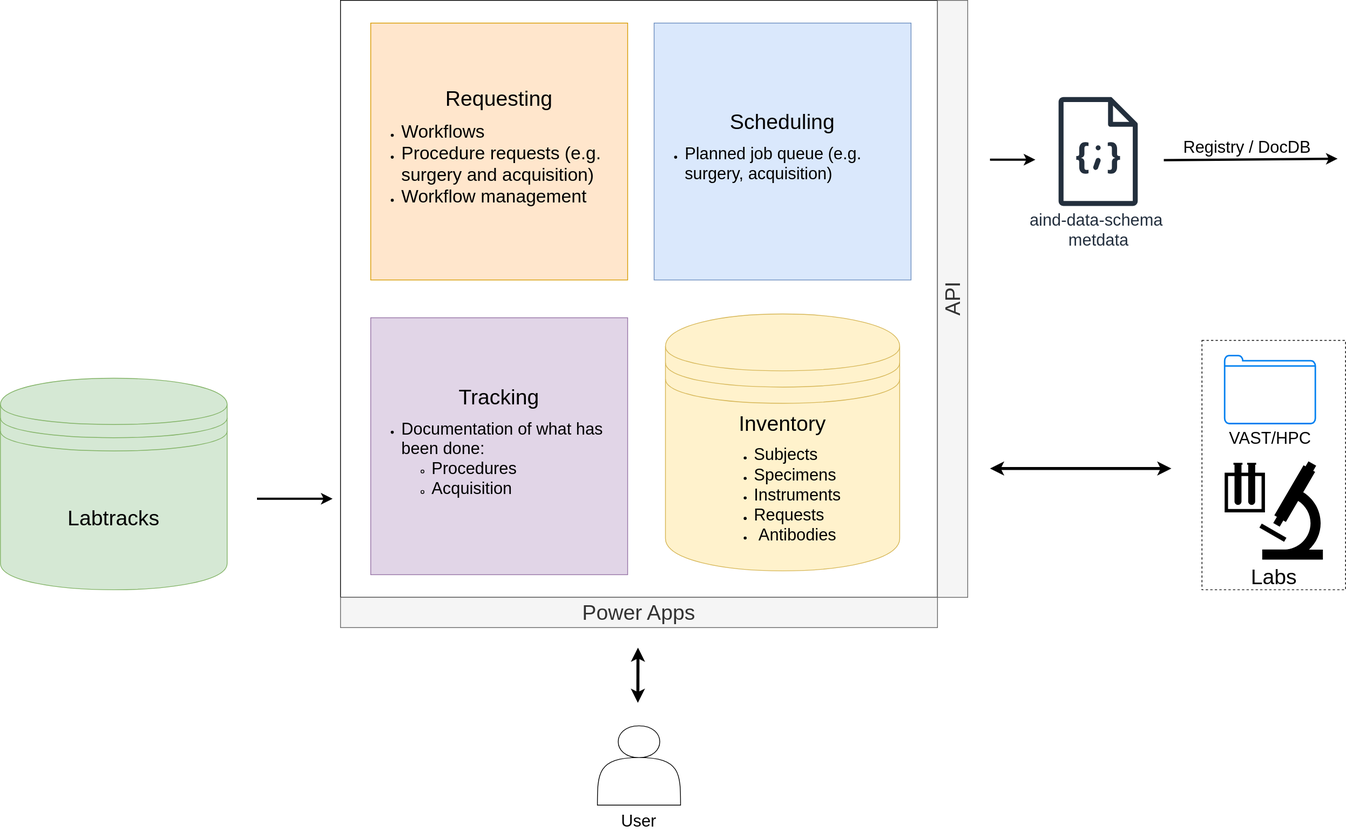
This is docs/source/diagrams/mid_level/lab_management.svg from AllenNeuralDynamics/aind-software-docs, a draw.io export, as it was before one commit. Source tidied: cells renumbered, new cells last; positions are measured from the earlier drawing's top-left corner, leaving out a move shared by most shapes.
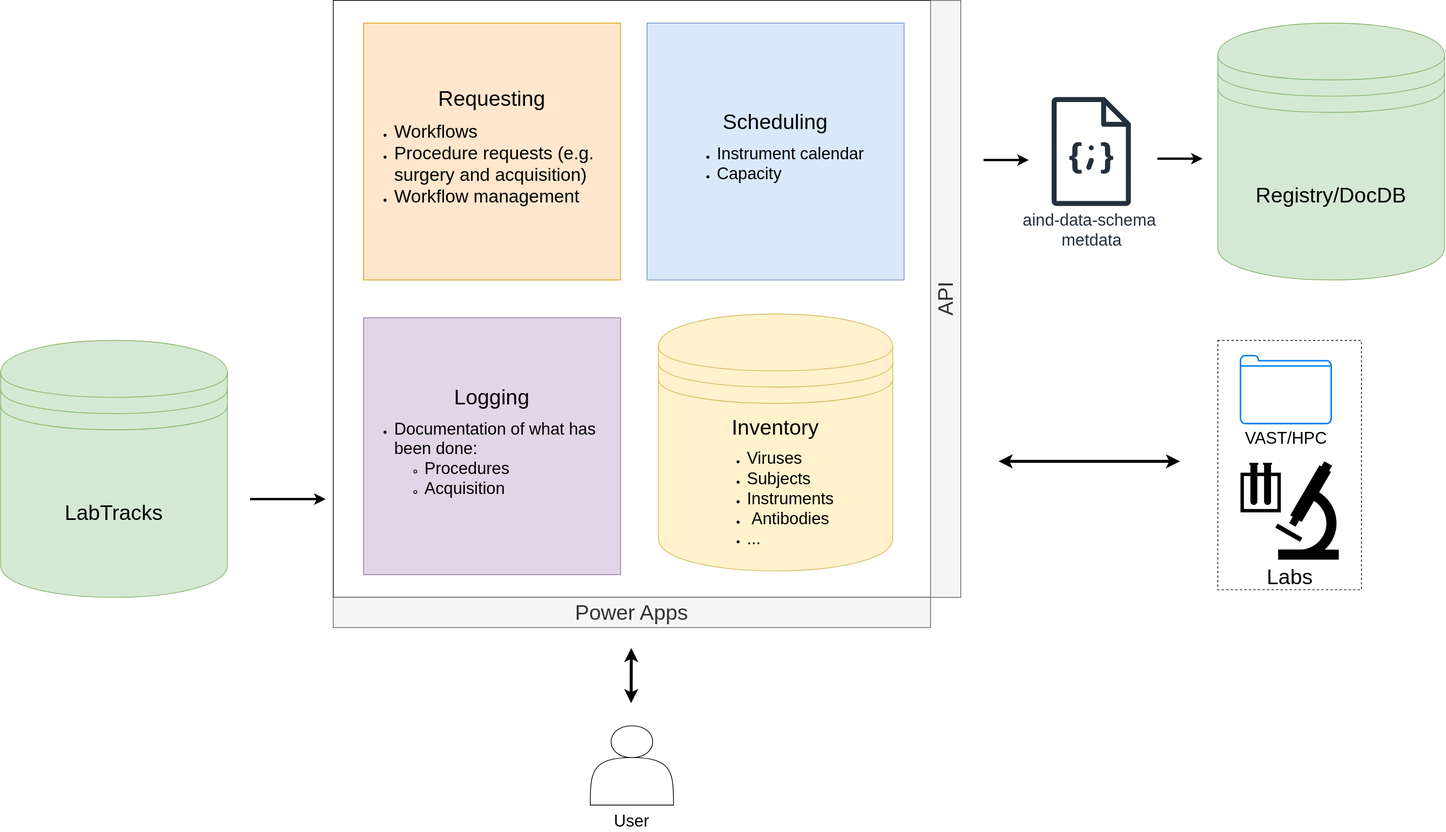
The same file after the commit.

Commit message:
chore: updates based on reviewer feedback

The edit, as a diff of the source:
```diff
@@ -5,13 +5,13 @@
     <mxCell id="2" style="whiteSpace=wrap;html=1;" parent="1" vertex="1">
       <mxGeometry x="450" width="790" height="790" as="geometry" />
     </mxCell>
-    <mxCell id="3" value="&lt;font style=&quot;font-size: 28px;&quot;&gt;Scheduling&lt;/font&gt;&lt;div&gt;&lt;div style=&quot;&quot;&gt;&lt;ul&gt;&lt;li style=&quot;text-align: left;&quot;&gt;&lt;span style=&quot;font-size: 22px;&quot;&gt;Planned job queue (e.g. surgery, acquisition)&lt;/span&gt;&lt;/li&gt;&lt;/ul&gt;&lt;/div&gt;&lt;/div&gt;" style="whiteSpace=wrap;html=1;fillColor=#dae8fc;strokeColor=#6c8ebf;" parent="1" vertex="1">
+    <mxCell id="3" value="&lt;font style=&quot;font-size: 28px;&quot;&gt;Scheduling&lt;/font&gt;&lt;div&gt;&lt;div style=&quot;&quot;&gt;&lt;ul&gt;&lt;li style=&quot;text-align: left;&quot;&gt;&lt;span style=&quot;font-size: 22px;&quot;&gt;Instrument calendar&lt;/span&gt;&lt;/li&gt;&lt;li style=&quot;text-align: left;&quot;&gt;&lt;span style=&quot;font-size: 22px;&quot;&gt;Capacity&lt;/span&gt;&lt;/li&gt;&lt;/ul&gt;&lt;/div&gt;&lt;/div&gt;" style="whiteSpace=wrap;html=1;fillColor=#dae8fc;strokeColor=#6c8ebf;" parent="1" vertex="1">
       <mxGeometry x="865" y="30" width="340" height="340" as="geometry" />
     </mxCell>
     <mxCell id="4" value="&lt;font style=&quot;font-size: 28px;&quot;&gt;Requesting&lt;/font&gt;&lt;div&gt;&lt;ul&gt;&lt;li style=&quot;text-align: left;&quot;&gt;&lt;font style=&quot;font-size: 24px;&quot;&gt;Workflows&lt;/font&gt;&lt;/li&gt;&lt;li style=&quot;text-align: left;&quot;&gt;&lt;font style=&quot;font-size: 24px;&quot;&gt;Procedure requests (e.g. surgery and acquisition)&lt;/font&gt;&lt;/li&gt;&lt;li style=&quot;text-align: left;&quot;&gt;&lt;font style=&quot;font-size: 24px;&quot;&gt;Workflow management&lt;/font&gt;&lt;/li&gt;&lt;/ul&gt;&lt;/div&gt;" style="whiteSpace=wrap;html=1;fillColor=#ffe6cc;strokeColor=#d79b00;" parent="1" vertex="1">
       <mxGeometry x="490" y="30" width="340" height="340" as="geometry" />
     </mxCell>
-    <mxCell id="5" value="&lt;div&gt;&lt;font style=&quot;font-size: 28px;&quot;&gt;Tracking&lt;/font&gt;&lt;/div&gt;&lt;div style=&quot;text-align: left;&quot;&gt;&lt;ul&gt;&lt;li&gt;&lt;span style=&quot;font-size: 22px;&quot;&gt;Documentation of what has been done:&lt;/span&gt;&lt;/li&gt;&lt;ul&gt;&lt;li&gt;&lt;span style=&quot;font-size: 22px;&quot;&gt;Procedures&lt;/span&gt;&lt;/li&gt;&lt;li&gt;&lt;span style=&quot;font-size: 22px;&quot;&gt;Acquisition&lt;/span&gt;&lt;/li&gt;&lt;/ul&gt;&lt;/ul&gt;&lt;/div&gt;" style="whiteSpace=wrap;html=1;fillColor=#e1d5e7;strokeColor=#9673a6;" parent="1" vertex="1">
+    <mxCell id="5" value="&lt;div&gt;&lt;font style=&quot;font-size: 28px;&quot;&gt;Logging&lt;/font&gt;&lt;/div&gt;&lt;div style=&quot;text-align: left;&quot;&gt;&lt;ul&gt;&lt;li&gt;&lt;span style=&quot;font-size: 22px;&quot;&gt;Documentation of what has been done:&lt;/span&gt;&lt;/li&gt;&lt;ul&gt;&lt;li&gt;&lt;span style=&quot;font-size: 22px;&quot;&gt;Procedures&lt;/span&gt;&lt;/li&gt;&lt;li&gt;&lt;span style=&quot;font-size: 22px;&quot;&gt;Acquisition&lt;/span&gt;&lt;/li&gt;&lt;/ul&gt;&lt;/ul&gt;&lt;/div&gt;" style="whiteSpace=wrap;html=1;fillColor=#e1d5e7;strokeColor=#9673a6;" parent="1" vertex="1">
       <mxGeometry x="490" y="420" width="340" height="340" as="geometry" />
     </mxCell>
     <mxCell id="6" value="&lt;font style=&quot;font-size: 28px;&quot;&gt;API&lt;/font&gt;" style="rounded=0;whiteSpace=wrap;html=1;fillColor=#f5f5f5;fontColor=#333333;strokeColor=#666666;rotation=-90;" parent="1" vertex="1">
@@ -29,12 +29,6 @@
         <mxPoint x="1370" y="211.3" as="targetPoint" />
       </mxGeometry>
     </mxCell>
-    <mxCell id="10" style="endArrow=classic;html=1;rounded=0;strokeWidth=3;" parent="1" edge="1">
-      <mxGeometry relative="1" as="geometry">
-        <mxPoint x="1540" y="212" as="sourcePoint" />
-        <mxPoint x="1770" y="210" as="targetPoint" />
-      </mxGeometry>
-    </mxCell>
     <mxCell id="11" style="endArrow=classic;startArrow=classic;html=1;rounded=0;strokeWidth=4;" parent="1" edge="1">
       <mxGeometry relative="1" as="geometry">
         <mxPoint x="844" y="930" as="sourcePoint" />
@@ -52,8 +46,8 @@
     </mxCell>
     <mxCell id="15" style="endArrow=classic;startArrow=classic;html=1;rounded=0;strokeWidth=4;" parent="1" edge="1">
       <mxGeometry relative="1" as="geometry">
-        <mxPoint x="1550" y="620" as="sourcePoint" />
-        <mxPoint x="1310" y="620" as="targetPoint" />
+        <mxPoint x="1570" y="610" as="sourcePoint" />
+        <mxPoint x="1330" y="610" as="targetPoint" />
       </mxGeometry>
     </mxCell>
     <mxCell id="16" style="endArrow=classic;html=1;rounded=0;strokeWidth=3;" parent="1" edge="1">
@@ -62,17 +56,11 @@
         <mxPoint x="440" y="660" as="targetPoint" />
       </mxGeometry>
     </mxCell>
-    <mxCell id="17" value="&lt;font style=&quot;font-size: 28px;&quot;&gt;Labtracks&lt;/font&gt;" style="shape=datastore;whiteSpace=wrap;html=1;fillColor=#d5e8d4;strokeColor=#82b366;" parent="1" vertex="1">
-      <mxGeometry y="500" width="300" height="280" as="geometry" />
-    </mxCell>
-    <mxCell id="18" value="&lt;span style=&quot;font-size: 28px;&quot;&gt;Inventory&lt;/span&gt;&lt;div&gt;&lt;div style=&quot;text-align: left;&quot;&gt;&lt;ul&gt;&lt;li&gt;&lt;span style=&quot;font-size: 22px; background-color: transparent; color: light-dark(rgb(0, 0, 0), rgb(255, 255, 255));&quot;&gt;Subjects&lt;/span&gt;&lt;/li&gt;&lt;li&gt;&lt;font style=&quot;font-size: 22px;&quot;&gt;Specimens&lt;/font&gt;&lt;/li&gt;&lt;li&gt;&lt;font style=&quot;font-size: 22px;&quot;&gt;Instruments&lt;/font&gt;&lt;/li&gt;&lt;li&gt;&lt;font style=&quot;font-size: 22px;&quot;&gt;Requests&lt;/font&gt;&lt;/li&gt;&lt;li&gt;&lt;font style=&quot;font-size: 22px;&quot;&gt;&amp;nbsp;Antibodies&lt;/font&gt;&lt;/li&gt;&lt;/ul&gt;&lt;/div&gt;&lt;/div&gt;" style="shape=datastore;whiteSpace=wrap;html=1;fillColor=#fff2cc;strokeColor=#d6b656;" parent="1" vertex="1">
+    <mxCell id="18" value="&lt;span style=&quot;font-size: 28px;&quot;&gt;Inventory&lt;/span&gt;&lt;div&gt;&lt;div style=&quot;text-align: left;&quot;&gt;&lt;ul&gt;&lt;li&gt;&lt;span style=&quot;font-size: 22px; background-color: transparent; color: light-dark(rgb(0, 0, 0), rgb(255, 255, 255));&quot;&gt;Viruses&lt;/span&gt;&lt;/li&gt;&lt;li&gt;&lt;span style=&quot;font-size: 22px; background-color: transparent; color: light-dark(rgb(0, 0, 0), rgb(255, 255, 255));&quot;&gt;Subjects&lt;/span&gt;&lt;/li&gt;&lt;li&gt;&lt;font style=&quot;font-size: 22px;&quot;&gt;Instruments&lt;/font&gt;&lt;/li&gt;&lt;li&gt;&lt;font style=&quot;font-size: 22px;&quot;&gt;&amp;nbsp;Antibodies&lt;/font&gt;&lt;/li&gt;&lt;li&gt;&lt;font style=&quot;font-size: 22px;&quot;&gt;...&lt;/font&gt;&lt;/li&gt;&lt;/ul&gt;&lt;/div&gt;&lt;/div&gt;" style="shape=datastore;whiteSpace=wrap;html=1;fillColor=#fff2cc;strokeColor=#d6b656;" parent="1" vertex="1">
       <mxGeometry x="880" y="415" width="310" height="340" as="geometry" />
     </mxCell>
-    <mxCell id="19" value="&lt;font style=&quot;font-size: 22px;&quot;&gt;Registry / DocDB&lt;/font&gt;" style="text;html=1;whiteSpace=wrap;strokeColor=none;fillColor=none;align=center;verticalAlign=middle;rounded=0;" parent="1" vertex="1">
-      <mxGeometry x="1550" y="180" width="200" height="30" as="geometry" />
-    </mxCell>
     <mxCell id="20" style="group;" parent="1" vertex="1">
-      <mxGeometry x="1590" y="450" width="190" height="330" as="geometry" />
+      <mxGeometry x="1620" y="450" width="190" height="330" as="geometry" />
     </mxCell>
     <mxCell id="21" style="rounded=0;whiteSpace=wrap;html=1;dashed=1;" parent="20" vertex="1">
       <mxGeometry width="190" height="330" as="geometry" />
@@ -83,5 +71,17 @@
     <mxCell id="23" value="&lt;font style=&quot;font-size: 28px;&quot;&gt;Labs&lt;/font&gt;" style="shape=mxgraph.signs.science.laboratory;html=1;fillColor=#000000;strokeColor=none;verticalLabelPosition=bottom;verticalAlign=top;align=center;" parent="20" vertex="1">
       <mxGeometry x="30" y="160" width="130" height="130" as="geometry" />
     </mxCell>
+    <mxCell id="24" value="&lt;font style=&quot;font-size: 28px;&quot;&gt;Registry/DocDB&lt;/font&gt;" style="shape=datastore;whiteSpace=wrap;html=1;fillColor=#d5e8d4;strokeColor=#82b366;" parent="1" vertex="1">
+      <mxGeometry x="1620" y="30" width="300" height="340" as="geometry" />
+    </mxCell>
+    <mxCell id="25" style="endArrow=classic;html=1;rounded=0;strokeWidth=3;" parent="1" edge="1">
+      <mxGeometry relative="1" as="geometry">
+        <mxPoint x="1540" y="209.5" as="sourcePoint" />
+        <mxPoint x="1600" y="209.5" as="targetPoint" />
+      </mxGeometry>
+    </mxCell>
+    <mxCell id="26" value="&lt;font style=&quot;font-size: 28px;&quot;&gt;LabTracks&lt;/font&gt;" style="shape=datastore;whiteSpace=wrap;html=1;fillColor=#d5e8d4;strokeColor=#82b366;" parent="1" vertex="1">
+      <mxGeometry x="10" y="450" width="300" height="340" as="geometry" />
+    </mxCell>
   </root>
 </mxGraphModel>
```
